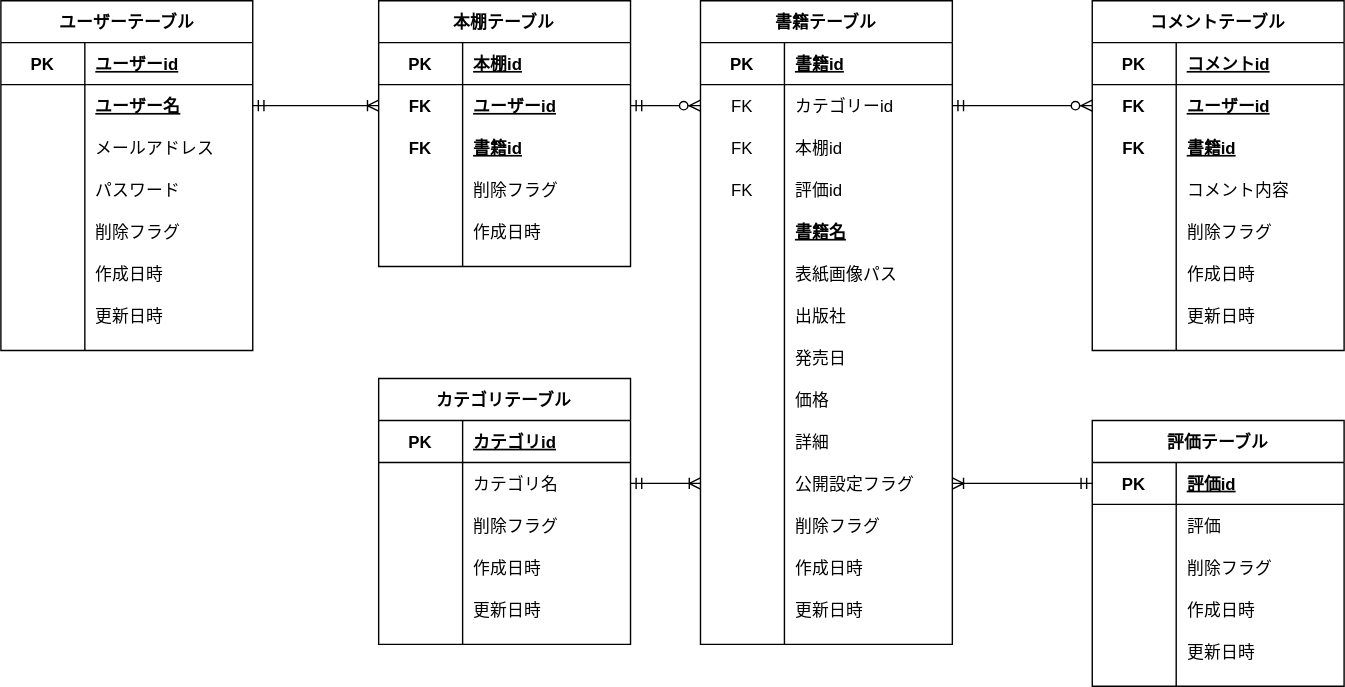
Above: ERdiagram.drawio.svg in takumi98/EngineerBookshelf (draw.io), before the change. Source tidied: cells renumbered, new cells last; positions are measured from the earlier drawing's top-left corner, leaving out a move shared by most shapes.
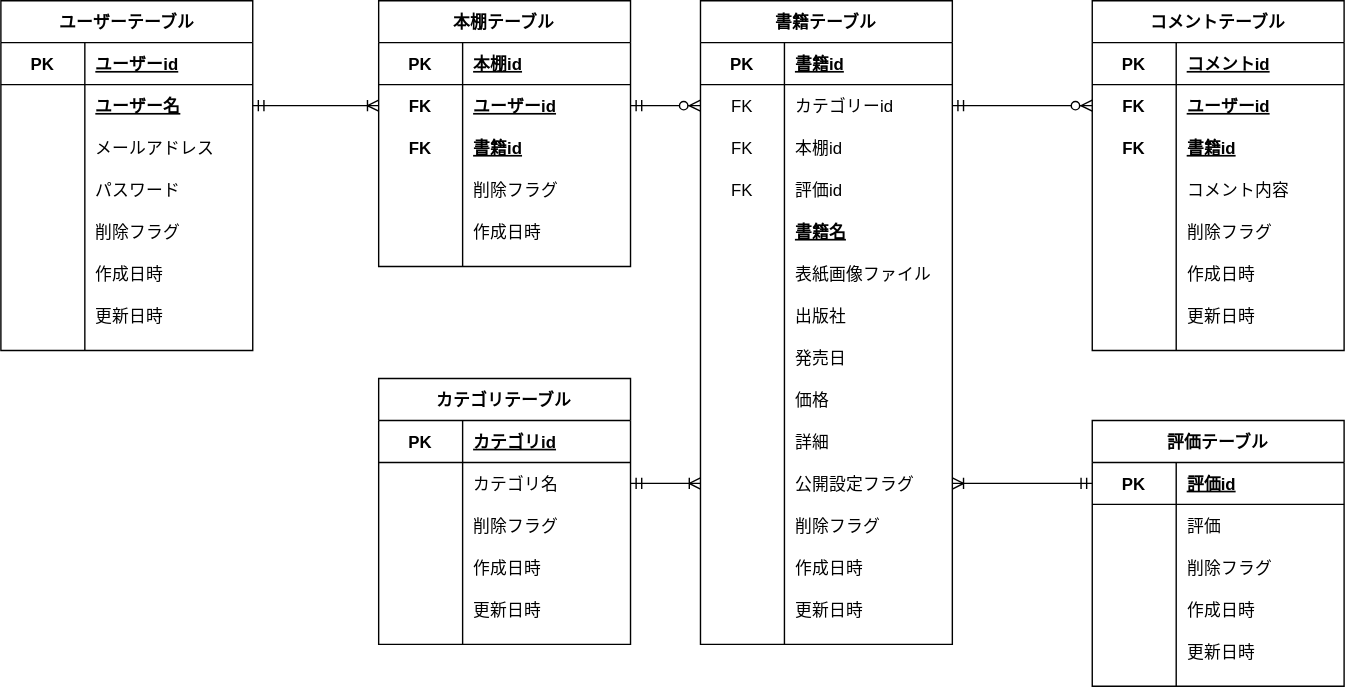
The same file after the commit.

Commit message:
[update]書籍テーブルのカラム名を変更

What changed in the source:
```diff
@@ -122,7 +122,7 @@
     <mxCell id="41" style="shape=partialRectangle;fillColor=none;top=0;left=0;bottom=0;right=0;overflow=hidden;" parent="40" vertex="1">
       <mxGeometry width="60" height="30" as="geometry" />
     </mxCell>
-    <mxCell id="42" value="表紙画像パス" style="shape=partialRectangle;fillColor=none;top=0;left=0;bottom=0;right=0;align=left;spacingLeft=6;overflow=hidden;" parent="40" vertex="1">
+    <mxCell id="42" value="表紙画像ファイル" style="shape=partialRectangle;fillColor=none;top=0;left=0;bottom=0;right=0;align=left;spacingLeft=6;overflow=hidden;" parent="40" vertex="1">
       <mxGeometry x="60" width="120" height="30" as="geometry" />
     </mxCell>
     <mxCell id="43" style="shape=partialRectangle;fillColor=none;top=0;left=0;bottom=0;right=0;" parent="24" vertex="1">
```
